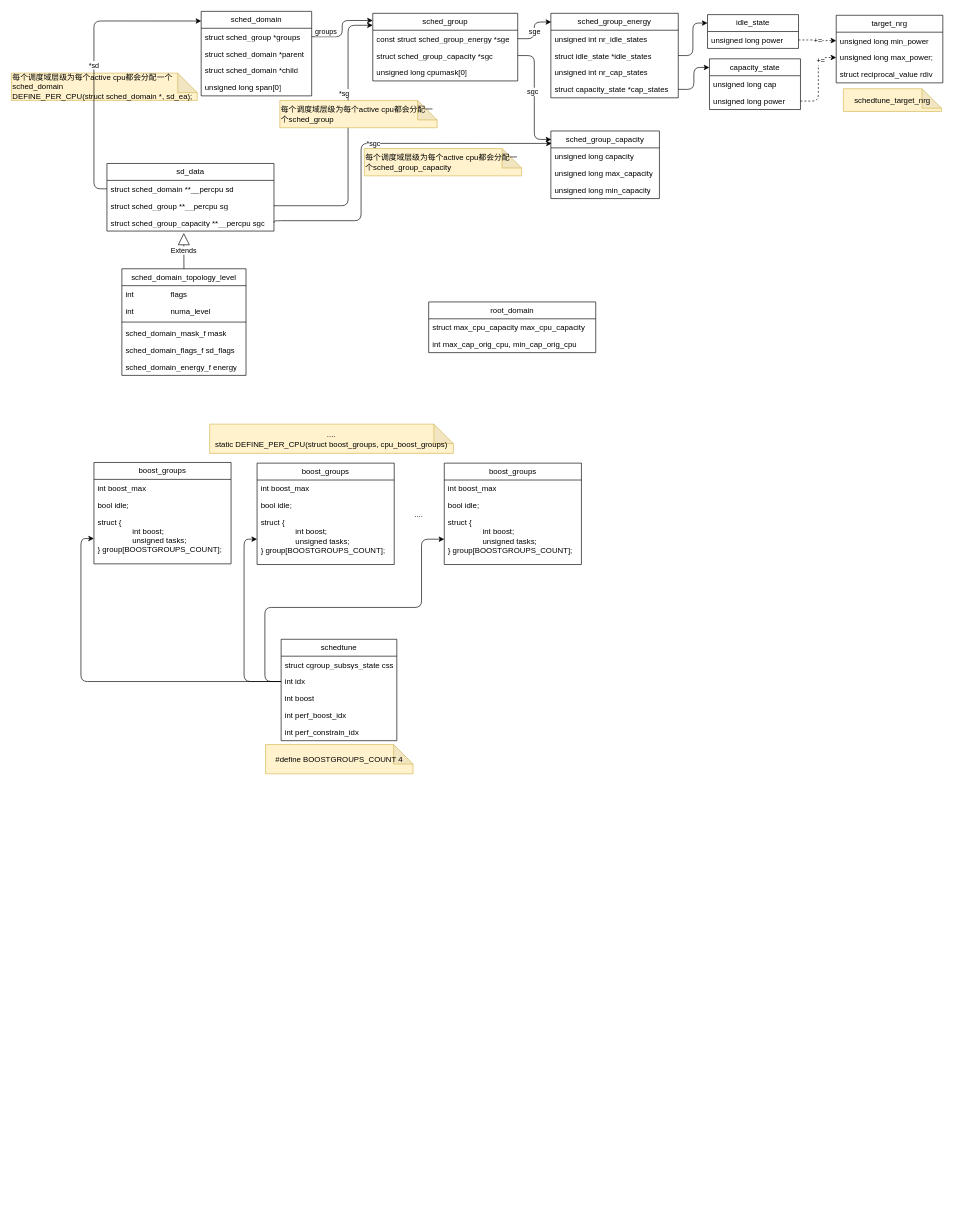
This is schedtune.drawio from jasonactions/graph, a draw.io file, before an edit. Source tidied: cells renumbered, new cells numbered last; positions are measured from the earlier drawing's top-left corner, leaving out a move shared by most shapes. Both pictures are drawn from the tidied source at 65%, with x=0, y=0 at pixel (11, 11).
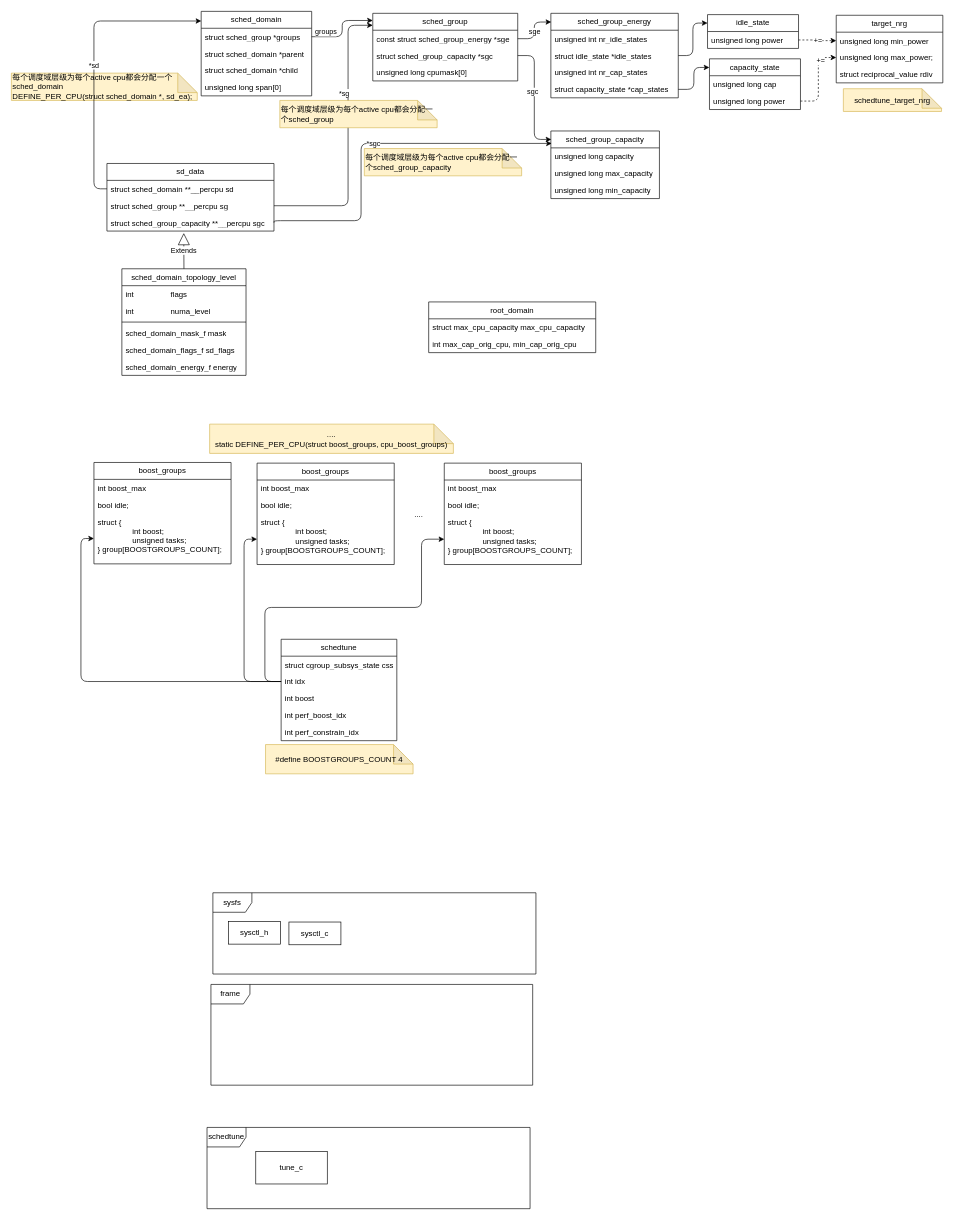
The same page after the edit.

What changed in the source:
```diff
@@
+    <mxCell id="90" value="sysctl_h" style="rounded=0;whiteSpace=wrap;html=1;" parent="1" vertex="1">
+      <mxGeometry x="334" y="1400" width="80" height="35" as="geometry" />
+    </mxCell>
+    <mxCell id="91" value="sysfs" style="shape=umlFrame;whiteSpace=wrap;html=1;" parent="1" vertex="1">
+      <mxGeometry x="310" y="1356" width="497" height="125" as="geometry" />
+    </mxCell>
+    <mxCell id="92" value="tune_c" style="html=1;whiteSpace=wrap;" parent="1" vertex="1">
+      <mxGeometry x="376" y="1754" width="110" height="50" as="geometry" />
+    </mxCell>
+    <mxCell id="93" value="schedtune" style="shape=umlFrame;whiteSpace=wrap;html=1;" parent="1" vertex="1">
+      <mxGeometry x="301" y="1717" width="497" height="125" as="geometry" />
+    </mxCell>
+    <mxCell id="94" value="sysctl_c" style="rounded=0;whiteSpace=wrap;html=1;" parent="1" vertex="1">
+      <mxGeometry x="427" y="1401" width="80" height="35" as="geometry" />
+    </mxCell>
+    <mxCell id="95" value="frame" style="shape=umlFrame;whiteSpace=wrap;html=1;" parent="1" vertex="1">
+      <mxGeometry x="307" y="1497" width="495" height="155" as="geometry" />
+    </mxCell>
```
